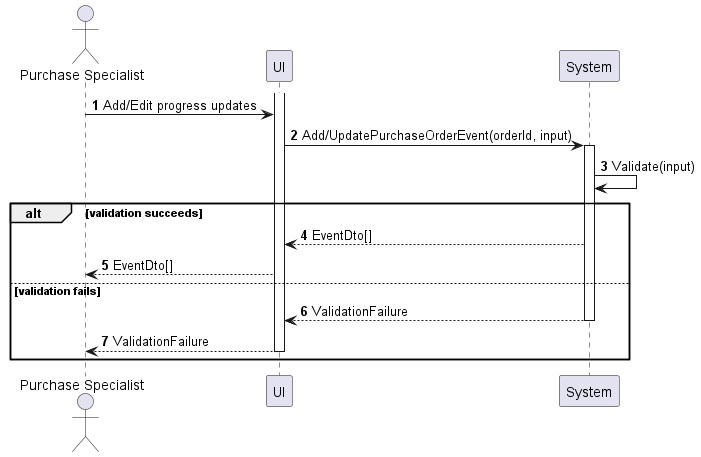
The PlantUML diagram sequences/purchase-order-update-progress.png in phihungha/scmss-reqs, before a commit.
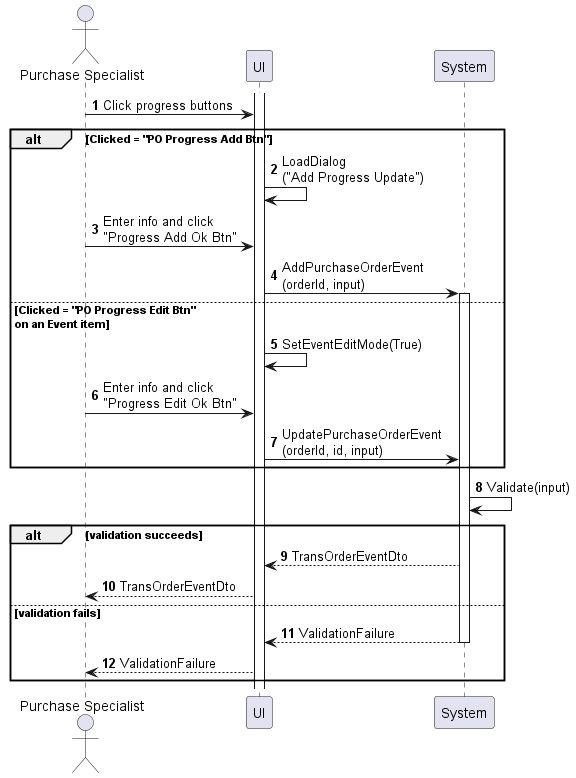
Later version of the same file.

Change to the diagram source:
```diff
@@ -6,17 +6,27 @@
 participant System as b
 
 activate f
-a -> f : Add/Edit progress updates
-f -> b : Add/UpdatePurchaseOrderEvent(orderId, input)
+a -> f : Click progress buttons
+
+alt Clicked = "PO Progress Add Btn"
+    f -> f : LoadDialog\n("Add Progress Update")
+    a -> f : Enter info and click\n"Progress Add Ok Btn"
+    f -> b : AddPurchaseOrderEvent\n(orderId, input)
+    activate b
+else Clicked = "PO Progress Edit Btn"\non an Event item
+    f -> f : SetEventEditMode(True)
+    a -> f : Enter info and click\n"Progress Edit Ok Btn"
+    f -> b : UpdatePurchaseOrderEvent\n(orderId, id, input)
+end
+
 activate b
 b -> b : Validate(input)
 
 alt validation succeeds
-    b --> f : EventDto[]
-    f --> a : EventDto[]
+    b --> f : TransOrderEventDto
+    f --> a : TransOrderEventDto
 else validation fails
     return ValidationFailure
     f --> a : ValidationFailure
-    deactivate f
 end
 @enduml
```
